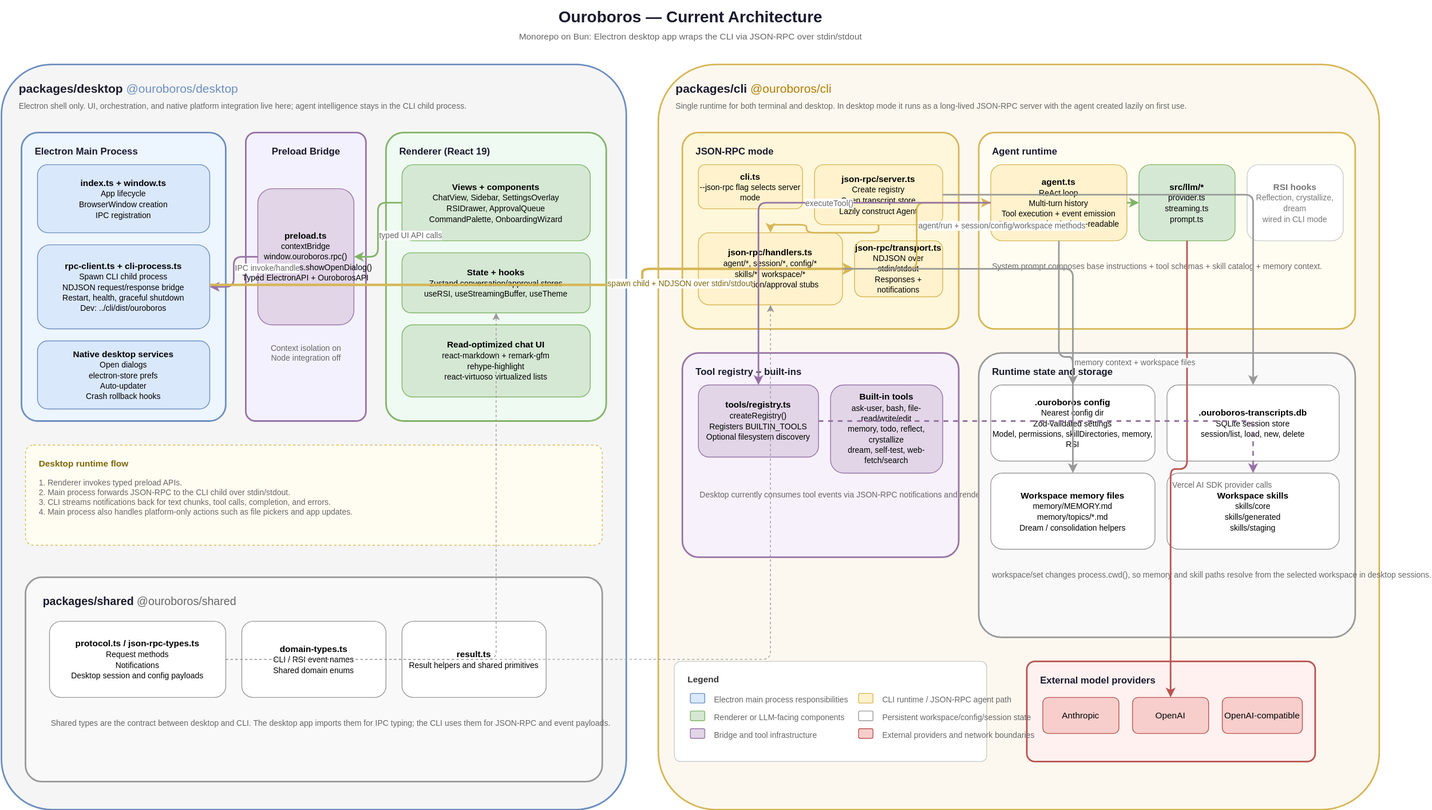
The draw.io diagram docs/architecture.svg in secondorderai/ouroboros, before a commit. Source tidied: cells renumbered, new cells last; positions are measured from the earlier drawing's top-left corner, leaving out a move shared by most shapes.
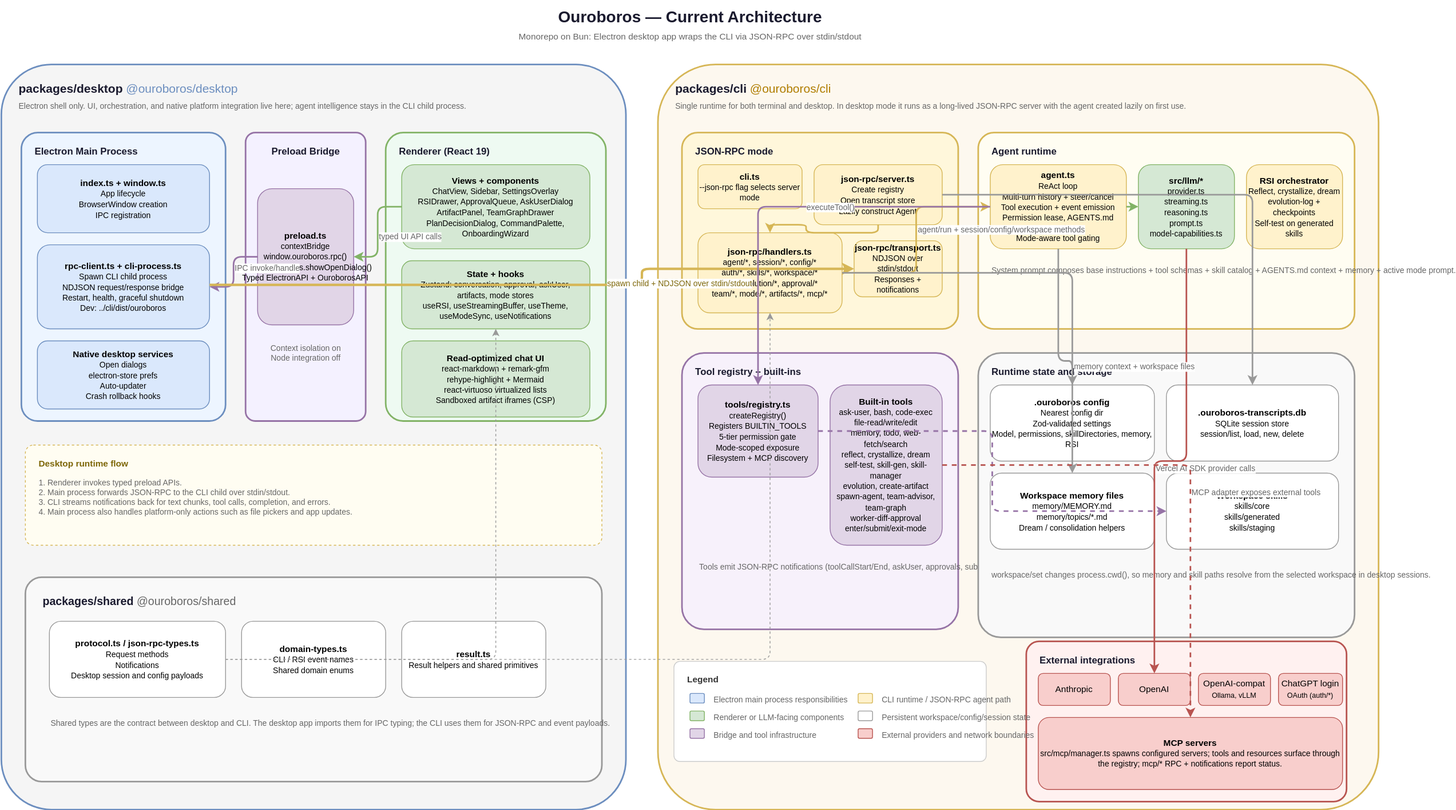
Later version of the same file.

Change to the diagram source:
```diff
@@ -50,14 +50,14 @@
     <mxCell id="17" value="&lt;b&gt;Renderer (React 19)&lt;/b&gt;" style="text;html=1;align=left;verticalAlign=top;fontSize=12;fontColor=#1a1a2e;" parent="1" vertex="1">
       <mxGeometry x="495" y="175" width="180" height="20" as="geometry" />
     </mxCell>
-    <mxCell id="18" value="&lt;b&gt;Views + components&lt;/b&gt;&lt;br&gt;&lt;font style=&quot;font-size:10px&quot;&gt;ChatView, Sidebar, SettingsOverlay&lt;br&gt;RSIDrawer, ApprovalQueue&lt;br&gt;CommandPalette, OnboardingWizard&lt;/font&gt;" style="rounded=1;whiteSpace=wrap;html=1;fillColor=#d5e8d4;strokeColor=#82b366;fontSize=11;" parent="1" vertex="1">
-      <mxGeometry x="500" y="205" width="235" height="95" as="geometry" />
+    <mxCell id="18" value="&lt;b&gt;Views + components&lt;/b&gt;&lt;br&gt;&lt;font style=&quot;font-size:10px&quot;&gt;ChatView, Sidebar, SettingsOverlay&lt;br&gt;RSIDrawer, ApprovalQueue, AskUserDialog&lt;br&gt;ArtifactPanel, TeamGraphDrawer&lt;br&gt;PlanDecisionDialog, CommandPalette, OnboardingWizard&lt;/font&gt;" style="rounded=1;whiteSpace=wrap;html=1;fillColor=#d5e8d4;strokeColor=#82b366;fontSize=11;" parent="1" vertex="1">
+      <mxGeometry x="500" y="205" width="235" height="105" as="geometry" />
     </mxCell>
-    <mxCell id="19" value="&lt;b&gt;State + hooks&lt;/b&gt;&lt;br&gt;&lt;font style=&quot;font-size:10px&quot;&gt;Zustand conversation/approval stores&lt;br&gt;useRSI, useStreamingBuffer, useTheme&lt;/font&gt;" style="rounded=1;whiteSpace=wrap;html=1;fillColor=#d5e8d4;strokeColor=#82b366;fontSize=11;" parent="1" vertex="1">
-      <mxGeometry x="500" y="315" width="235" height="75" as="geometry" />
+    <mxCell id="19" value="&lt;b&gt;State + hooks&lt;/b&gt;&lt;br&gt;&lt;font style=&quot;font-size:10px&quot;&gt;Zustand: conversation, approval, askUser,&lt;br&gt;artifacts, mode stores&lt;br&gt;useRSI, useStreamingBuffer, useTheme,&lt;br&gt;useModeSync, useNotifications&lt;/font&gt;" style="rounded=1;whiteSpace=wrap;html=1;fillColor=#d5e8d4;strokeColor=#82b366;fontSize=11;" parent="1" vertex="1">
+      <mxGeometry x="500" y="325" width="235" height="85" as="geometry" />
     </mxCell>
-    <mxCell id="20" value="&lt;b&gt;Read-optimized chat UI&lt;/b&gt;&lt;br&gt;&lt;font style=&quot;font-size:10px&quot;&gt;react-markdown + remark-gfm&lt;br&gt;rehype-highlight&lt;br&gt;react-virtuoso virtualized lists&lt;/font&gt;" style="rounded=1;whiteSpace=wrap;html=1;fillColor=#d5e8d4;strokeColor=#82b366;fontSize=11;" parent="1" vertex="1">
-      <mxGeometry x="500" y="405" width="235" height="90" as="geometry" />
+    <mxCell id="20" value="&lt;b&gt;Read-optimized chat UI&lt;/b&gt;&lt;br&gt;&lt;font style=&quot;font-size:10px&quot;&gt;react-markdown + remark-gfm&lt;br&gt;rehype-highlight + Mermaid&lt;br&gt;react-virtuoso virtualized lists&lt;br&gt;Sandboxed artifact iframes (CSP)&lt;/font&gt;" style="rounded=1;whiteSpace=wrap;html=1;fillColor=#d5e8d4;strokeColor=#82b366;fontSize=11;" parent="1" vertex="1">
+      <mxGeometry x="500" y="425" width="235" height="95" as="geometry" />
     </mxCell>
     <mxCell id="21" style="rounded=1;whiteSpace=wrap;html=1;fillColor=#fffdf2;strokeColor=#d6b656;strokeWidth=1;dashed=1;arcSize=8;" parent="1" vertex="1">
       <mxGeometry x="30" y="555" width="720" height="125" as="geometry" />
@@ -107,8 +107,8 @@
     <mxCell id="36" value="&lt;b&gt;json-rpc/server.ts&lt;/b&gt;&lt;br&gt;&lt;font style=&quot;font-size:10px&quot;&gt;Create registry&lt;br&gt;Open transcript store&lt;br&gt;Lazily construct Agent&lt;/font&gt;" style="rounded=1;whiteSpace=wrap;html=1;fillColor=#fff2cc;strokeColor=#d6b656;fontSize=11;" parent="1" vertex="1">
       <mxGeometry x="1015" y="205" width="160" height="75" as="geometry" />
     </mxCell>
-    <mxCell id="37" value="&lt;b&gt;json-rpc/handlers.ts&lt;/b&gt;&lt;br&gt;&lt;font style=&quot;font-size:10px&quot;&gt;agent/*, session/*, config/*&lt;br&gt;skills/*, workspace/*&lt;br&gt;rsi/evolution/approval stubs&lt;/font&gt;" style="rounded=1;whiteSpace=wrap;html=1;fillColor=#fff2cc;strokeColor=#d6b656;fontSize=11;" parent="1" vertex="1">
-      <mxGeometry x="870" y="290" width="180" height="90" as="geometry" />
+    <mxCell id="37" value="&lt;b&gt;json-rpc/handlers.ts&lt;/b&gt;&lt;br&gt;&lt;font style=&quot;font-size:10px&quot;&gt;agent/*, session/*, config/*&lt;br&gt;auth/*, skills/*, workspace/*&lt;br&gt;rsi/*, evolution/*, approval/*&lt;br&gt;team/*, mode/*, artifacts/*, mcp/*&lt;/font&gt;" style="rounded=1;whiteSpace=wrap;html=1;fillColor=#fff2cc;strokeColor=#d6b656;fontSize=11;" parent="1" vertex="1">
+      <mxGeometry x="870" y="290" width="180" height="100" as="geometry" />
     </mxCell>
     <mxCell id="38" value="&lt;b&gt;json-rpc/transport.ts&lt;/b&gt;&lt;br&gt;&lt;font style=&quot;font-size:10px&quot;&gt;NDJSON over stdin/stdout&lt;br&gt;Responses + notifications&lt;/font&gt;" style="rounded=1;whiteSpace=wrap;html=1;fillColor=#fff2cc;strokeColor=#d6b656;fontSize=11;" parent="1" vertex="1">
       <mxGeometry x="1065" y="300" width="110" height="70" as="geometry" />
@@ -119,32 +119,32 @@
     <mxCell id="40" value="&lt;b&gt;Agent runtime&lt;/b&gt;" style="text;html=1;align=left;verticalAlign=top;fontSize=12;fontColor=#1a1a2e;" parent="1" vertex="1">
       <mxGeometry x="1235" y="175" width="150" height="20" as="geometry" />
     </mxCell>
-    <mxCell id="41" value="&lt;b&gt;agent.ts&lt;/b&gt;&lt;br&gt;&lt;font style=&quot;font-size:10px&quot;&gt;ReAct loop&lt;br&gt;Multi-turn history&lt;br&gt;Tool execution + event emission&lt;br&gt;Response style: desktop-readable&lt;/font&gt;" style="rounded=1;whiteSpace=wrap;html=1;fillColor=#fff2cc;strokeColor=#d6b656;fontSize=11;" parent="1" vertex="1">
-      <mxGeometry x="1235" y="205" width="170" height="95" as="geometry" />
+    <mxCell id="41" value="&lt;b&gt;agent.ts&lt;/b&gt;&lt;br&gt;&lt;font style=&quot;font-size:10px&quot;&gt;ReAct loop&lt;br&gt;Multi-turn history + steer/cancel&lt;br&gt;Tool execution + event emission&lt;br&gt;Permission lease, AGENTS.md ancestry&lt;br&gt;Mode-aware tool gating&lt;/font&gt;" style="rounded=1;whiteSpace=wrap;html=1;fillColor=#fff2cc;strokeColor=#d6b656;fontSize=11;" parent="1" vertex="1">
+      <mxGeometry x="1235" y="205" width="170" height="105" as="geometry" />
     </mxCell>
-    <mxCell id="42" value="&lt;b&gt;src/llm/*&lt;/b&gt;&lt;br&gt;&lt;font style=&quot;font-size:10px&quot;&gt;provider.ts&lt;br&gt;streaming.ts&lt;br&gt;prompt.ts&lt;/font&gt;" style="rounded=1;whiteSpace=wrap;html=1;fillColor=#d5e8d4;strokeColor=#82b366;fontSize=11;" parent="1" vertex="1">
-      <mxGeometry x="1420" y="205" width="120" height="95" as="geometry" />
+    <mxCell id="42" value="&lt;b&gt;src/llm/*&lt;/b&gt;&lt;br&gt;&lt;font style=&quot;font-size:10px&quot;&gt;provider.ts&lt;br&gt;streaming.ts&lt;br&gt;reasoning.ts&lt;br&gt;prompt.ts&lt;br&gt;model-capabilities.ts&lt;/font&gt;" style="rounded=1;whiteSpace=wrap;html=1;fillColor=#d5e8d4;strokeColor=#82b366;fontSize=11;" parent="1" vertex="1">
+      <mxGeometry x="1420" y="205" width="120" height="105" as="geometry" />
     </mxCell>
-    <mxCell id="43" value="&lt;b&gt;RSI hooks&lt;/b&gt;&lt;br&gt;&lt;font style=&quot;font-size:10px&quot;&gt;Reflection, crystallize, dream&lt;br&gt;wired in CLI mode&lt;/font&gt;" style="rounded=1;whiteSpace=wrap;html=1;fillColor=#ffffff;strokeColor=#cccccc;strokeDasharray=3 3;fontSize=11;fontColor=#777777;" parent="1" vertex="1">
-      <mxGeometry x="1555" y="205" width="120" height="95" as="geometry" />
+    <mxCell id="43" value="&lt;b&gt;RSI orchestrator&lt;/b&gt;&lt;br&gt;&lt;font style=&quot;font-size:10px&quot;&gt;Reflect, crystallize, dream&lt;br&gt;evolution-log + checkpoints&lt;br&gt;Self-test on generated skills&lt;/font&gt;" style="rounded=1;whiteSpace=wrap;html=1;fillColor=#fff2cc;strokeColor=#d6b656;fontSize=11;" parent="1" vertex="1">
+      <mxGeometry x="1555" y="205" width="120" height="105" as="geometry" />
     </mxCell>
-    <mxCell id="44" value="System prompt composes base instructions + tool schemas + skill catalog + memory context." style="text;html=1;align=left;verticalAlign=top;fontSize=10;fontColor=#666666;" parent="1" vertex="1">
-      <mxGeometry x="1235" y="320" width="420" height="40" as="geometry" />
+    <mxCell id="44" value="System prompt composes base instructions + tool schemas + skill catalog + AGENTS.md context + memory + active mode prompt." style="text;html=1;align=left;verticalAlign=top;fontSize=10;fontColor=#666666;" parent="1" vertex="1">
+      <mxGeometry x="1235" y="325" width="440" height="35" as="geometry" />
     </mxCell>
     <mxCell id="45" style="rounded=1;whiteSpace=wrap;html=1;fillColor=#f7f1fb;strokeColor=#9673a6;strokeWidth=2;arcSize=8;" parent="1" vertex="1">
-      <mxGeometry x="850" y="440" width="345" height="255" as="geometry" />
+      <mxGeometry x="850" y="440" width="345" height="345" as="geometry" />
     </mxCell>
     <mxCell id="46" value="&lt;b&gt;Tool registry + built-ins&lt;/b&gt;" style="text;html=1;align=left;verticalAlign=top;fontSize=12;fontColor=#1a1a2e;" parent="1" vertex="1">
       <mxGeometry x="865" y="450" width="220" height="20" as="geometry" />
     </mxCell>
-    <mxCell id="47" value="&lt;b&gt;tools/registry.ts&lt;/b&gt;&lt;br&gt;&lt;font style=&quot;font-size:10px&quot;&gt;createRegistry()&lt;br&gt;Registers BUILTIN_TOOLS&lt;br&gt;Optional filesystem discovery&lt;/font&gt;" style="rounded=1;whiteSpace=wrap;html=1;fillColor=#e1d5e7;strokeColor=#9673a6;fontSize=11;" parent="1" vertex="1">
-      <mxGeometry x="870" y="480" width="150" height="90" as="geometry" />
+    <mxCell id="47" value="&lt;b&gt;tools/registry.ts&lt;/b&gt;&lt;br&gt;&lt;font style=&quot;font-size:10px&quot;&gt;createRegistry()&lt;br&gt;Registers BUILTIN_TOOLS&lt;br&gt;5-tier permission gate&lt;br&gt;Mode-scoped exposure&lt;br&gt;Filesystem + MCP discovery&lt;/font&gt;" style="rounded=1;whiteSpace=wrap;html=1;fillColor=#e1d5e7;strokeColor=#9673a6;fontSize=11;" parent="1" vertex="1">
+      <mxGeometry x="870" y="480" width="150" height="115" as="geometry" />
     </mxCell>
-    <mxCell id="48" value="&lt;b&gt;Built-in tools&lt;/b&gt;&lt;br&gt;&lt;font style=&quot;font-size:10px&quot;&gt;ask-user, bash, file-read/write/edit&lt;br&gt;memory, todo, reflect, crystallize&lt;br&gt;dream, self-test, web-fetch/search&lt;/font&gt;" style="rounded=1;whiteSpace=wrap;html=1;fillColor=#e1d5e7;strokeColor=#9673a6;fontSize=11;" parent="1" vertex="1">
-      <mxGeometry x="1035" y="480" width="140" height="110" as="geometry" />
+    <mxCell id="48" value="&lt;b&gt;Built-in tools&lt;/b&gt;&lt;br&gt;&lt;font style=&quot;font-size:10px&quot;&gt;ask-user, bash, code-exec&lt;br&gt;file-read/write/edit&lt;br&gt;memory, todo, web-fetch/search&lt;br&gt;reflect, crystallize, dream&lt;br&gt;self-test, skill-gen, skill-manager&lt;br&gt;evolution, create-artifact&lt;br&gt;spawn-agent, team-advisor, team-graph&lt;br&gt;worker-diff-approval&lt;br&gt;enter/submit/exit-mode&lt;/font&gt;" style="rounded=1;whiteSpace=wrap;html=1;fillColor=#e1d5e7;strokeColor=#9673a6;fontSize=11;" parent="1" vertex="1">
+      <mxGeometry x="1035" y="480" width="140" height="200" as="geometry" />
     </mxCell>
-    <mxCell id="49" value="Desktop currently consumes tool events via JSON-RPC notifications and renders them in the chat UI." style="text;html=1;align=left;verticalAlign=top;fontSize=10;fontColor=#666666;" parent="1" vertex="1">
-      <mxGeometry x="870" y="605" width="300" height="35" as="geometry" />
+    <mxCell id="49" value="Tools emit JSON-RPC notifications (toolCallStart/End, askUser, approvals, subagent events). Modes (e.g. plan-mode) restrict the visible tool set per turn." style="text;html=1;align=left;verticalAlign=top;fontSize=10;fontColor=#666666;" parent="1" vertex="1">
+      <mxGeometry x="870" y="695" width="300" height="55" as="geometry" />
     </mxCell>
     <mxCell id="50" style="rounded=1;whiteSpace=wrap;html=1;fillColor=#f9f9f9;strokeColor=#999999;strokeWidth=2;arcSize=8;" parent="1" vertex="1">
       <mxGeometry x="1220" y="440" width="470" height="355" as="geometry" />
@@ -168,20 +168,26 @@
       <mxGeometry x="1235" y="705" width="430" height="45" as="geometry" />
     </mxCell>
     <mxCell id="57" style="rounded=1;whiteSpace=wrap;html=1;fillColor=#fff1f0;strokeColor=#b85450;strokeWidth=2;arcSize=8;" parent="1" vertex="1">
-      <mxGeometry x="1280" y="825" width="360" height="125" as="geometry" />
+      <mxGeometry x="1280" y="800" width="400" height="200" as="geometry" />
     </mxCell>
-    <mxCell id="58" value="&lt;b&gt;External model providers&lt;/b&gt;" style="text;html=1;align=left;verticalAlign=top;fontSize=12;fontColor=#1a1a2e;" parent="1" vertex="1">
-      <mxGeometry x="1295" y="835" width="200" height="20" as="geometry" />
+    <mxCell id="58" value="&lt;b&gt;External integrations&lt;/b&gt;" style="text;html=1;align=left;verticalAlign=top;fontSize=12;fontColor=#1a1a2e;" parent="1" vertex="1">
+      <mxGeometry x="1295" y="810" width="200" height="20" as="geometry" />
     </mxCell>
     <mxCell id="59" value="Anthropic" style="rounded=1;whiteSpace=wrap;html=1;fillColor=#f8cecc;strokeColor=#b85450;fontSize=11;" parent="1" vertex="1">
-      <mxGeometry x="1300" y="870" width="95" height="45" as="geometry" />
+      <mxGeometry x="1295" y="840" width="90" height="40" as="geometry" />
     </mxCell>
     <mxCell id="60" value="OpenAI" style="rounded=1;whiteSpace=wrap;html=1;fillColor=#f8cecc;strokeColor=#b85450;fontSize=11;" parent="1" vertex="1">
-      <mxGeometry x="1412" y="870" width="95" height="45" as="geometry" />
+      <mxGeometry x="1395" y="840" width="90" height="40" as="geometry" />
     </mxCell>
-    <mxCell id="61" value="OpenAI-compatible" style="rounded=1;whiteSpace=wrap;html=1;fillColor=#f8cecc;strokeColor=#b85450;fontSize=11;" parent="1" vertex="1">
-      <mxGeometry x="1524" y="870" width="100" height="45" as="geometry" />
+    <mxCell id="61" value="OpenAI-compat&lt;br&gt;&lt;font style=&quot;font-size:9px&quot;&gt;Ollama, vLLM&lt;/font&gt;" style="rounded=1;whiteSpace=wrap;html=1;fillColor=#f8cecc;strokeColor=#b85450;fontSize=11;" parent="1" vertex="1">
+      <mxGeometry x="1495" y="840" width="90" height="40" as="geometry" />
     </mxCell>
+    <mxCell id="97" value="ChatGPT login&lt;br&gt;&lt;font style=&quot;font-size:9px&quot;&gt;OAuth (auth/*)&lt;/font&gt;" style="rounded=1;whiteSpace=wrap;html=1;fillColor=#f8cecc;strokeColor=#b85450;fontSize=11;" parent="1" vertex="1">
+      <mxGeometry x="1595" y="840" width="80" height="40" as="geometry" />
+    </mxCell>
+    <mxCell id="98" value="&lt;b&gt;MCP servers&lt;/b&gt;&lt;br&gt;&lt;font style=&quot;font-size:10px&quot;&gt;src/mcp/manager.ts spawns configured servers; tools and resources surface through the registry; mcp/* RPC + notifications report status.&lt;/font&gt;" style="rounded=1;whiteSpace=wrap;html=1;fillColor=#f8cecc;strokeColor=#b85450;fontSize=11;" parent="1" vertex="1">
+      <mxGeometry x="1295" y="895" width="380" height="90" as="geometry" />
+    </mxCell>
     <mxCell id="62" style="edgeStyle=orthogonalEdgeStyle;rounded=1;strokeWidth=2;strokeColor=#82b366;" parent="1" edge="1" source="18" target="14">
       <mxGeometry relative="1" as="geometry" />
     </mxCell>
@@ -263,6 +269,14 @@
     <mxCell id="82" style="edgeStyle=orthogonalEdgeStyle;rounded=1;strokeWidth=2;strokeColor=#9673a6;dashed=1;" parent="1" edge="1" source="47" target="55">
       <mxGeometry relative="1" as="geometry" />
     </mxCell>
+    <mxCell id="99" style="edgeStyle=orthogonalEdgeStyle;rounded=1;strokeWidth=2;strokeColor=#b85450;dashed=1;" parent="1" edge="1" source="48" target="98">
+      <mxGeometry relative="1" as="geometry" />
+    </mxCell>
+    <mxCell id="100" value="MCP adapter exposes external tools" style="edgeLabel;html=1;fontSize=10;fontColor=#666666;" parent="99" vertex="1">
+      <mxGeometry x="0.1" relative="1" as="geometry">
+        <mxPoint y="-12" as="offset" />
+      </mxGeometry>
+    </mxCell>
     <mxCell id="83" style="rounded=1;whiteSpace=wrap;html=1;fillColor=#ffffff;strokeColor=#cccccc;strokeWidth=1;arcSize=6;" parent="1" vertex="1">
       <mxGeometry x="840" y="825" width="390" height="125" as="geometry" />
     </mxCell>
```
